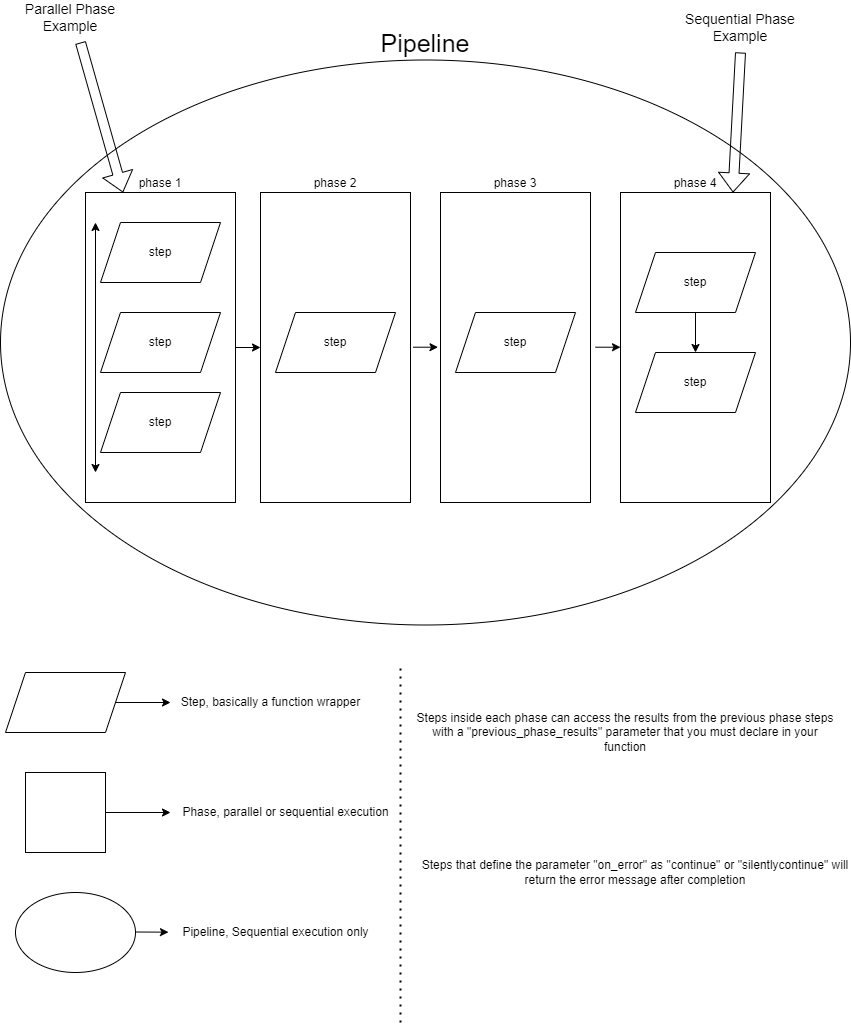
The draw.io diagram PythonPipeline.drawio.png in Pedro-Ponteiro/PythonPipeline, before a commit. Source tidied: cells renumbered, new cells last; positions are measured from the earlier drawing's top-left corner, leaving out a move shared by most shapes.
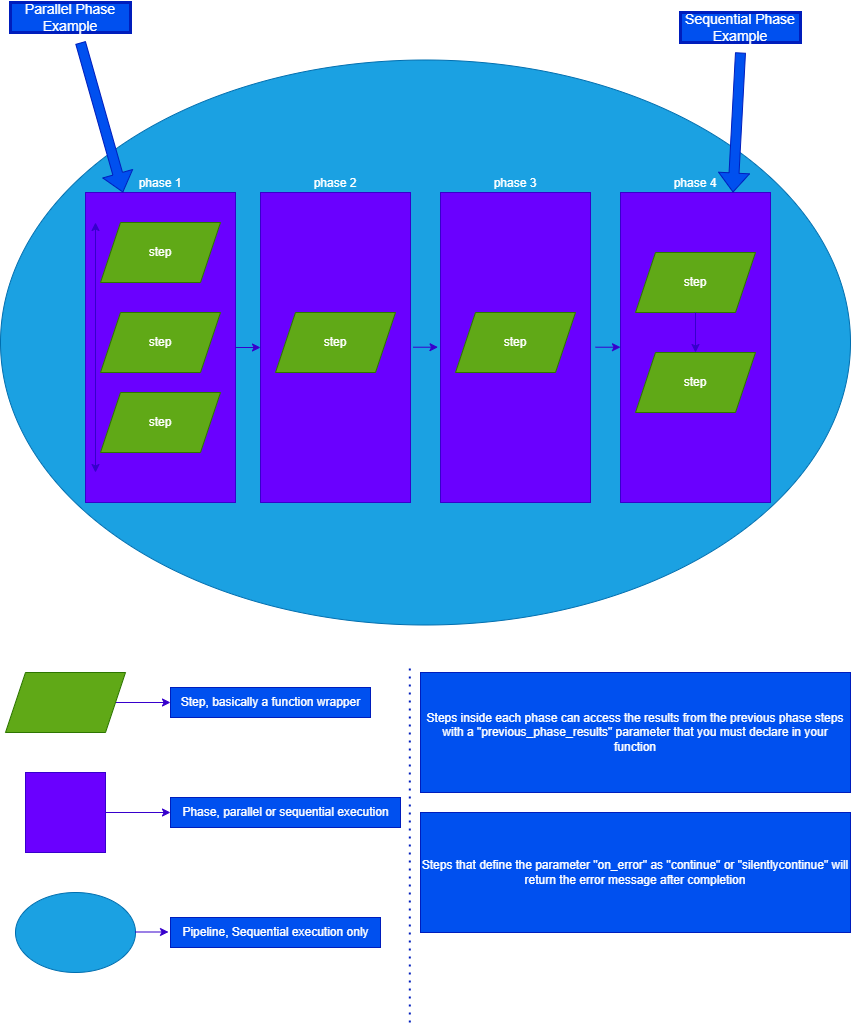
After the change.

Commit message:
doc: enhance colours for the diagram

Diff of the diagram source:
```diff
@@ -2,145 +2,145 @@
   <root>
     <mxCell id="0" />
     <mxCell id="1" parent="0" />
-    <mxCell id="2" value="Pipeline" style="ellipse;whiteSpace=wrap;html=1;labelPosition=center;verticalLabelPosition=top;align=center;verticalAlign=bottom;fontSize=25;" parent="1" vertex="1">
+    <mxCell id="2" value="Pipeline" style="ellipse;whiteSpace=wrap;html=1;labelPosition=center;verticalLabelPosition=top;align=center;verticalAlign=bottom;fontSize=25;fillColor=#1ba1e2;fontColor=#ffffff;strokeColor=#006EAF;" parent="1" vertex="1">
       <mxGeometry y="57.5" width="850" height="565" as="geometry" />
     </mxCell>
-    <mxCell id="3" style="edgeStyle=orthogonalEdgeStyle;rounded=0;jettySize=auto;html=1;" parent="1" edge="1" source="4">
+    <mxCell id="3" style="edgeStyle=orthogonalEdgeStyle;rounded=0;jettySize=auto;html=1;fillColor=#6a00ff;strokeColor=#3700CC;" parent="1" edge="1" source="4">
       <mxGeometry relative="1" as="geometry">
         <mxPoint x="170" y="810" as="targetPoint" />
       </mxGeometry>
     </mxCell>
-    <mxCell id="4" style="whiteSpace=wrap;html=1;" parent="1" vertex="1">
+    <mxCell id="4" style="whiteSpace=wrap;html=1;fillColor=#6a00ff;fontColor=#ffffff;strokeColor=#3700CC;" parent="1" vertex="1">
       <mxGeometry x="25" y="770" width="80" height="80" as="geometry" />
     </mxCell>
-    <mxCell id="5" value="Phase, parallel or sequential execution" style="text;html=1;align=center;verticalAlign=middle;strokeColor=none;fillColor=none;" parent="1" vertex="1">
+    <mxCell id="5" value="Phase, parallel or sequential execution" style="text;html=1;align=center;verticalAlign=middle;fillColor=#0050ef;fontColor=#ffffff;strokeColor=#001DBC;" parent="1" vertex="1">
       <mxGeometry x="170" y="795" width="230" height="30" as="geometry" />
     </mxCell>
-    <mxCell id="6" style="endArrow=classic;html=1;rounded=0;" parent="1" edge="1">
+    <mxCell id="6" style="endArrow=classic;html=1;rounded=0;fillColor=#6a00ff;strokeColor=#3700CC;" parent="1" edge="1">
       <mxGeometry relative="1" as="geometry">
         <mxPoint x="115" y="700" as="sourcePoint" />
         <mxPoint x="170" y="700" as="targetPoint" />
       </mxGeometry>
     </mxCell>
-    <mxCell id="7" value="Step, basically a function wrapper" style="text;html=1;align=center;verticalAlign=middle;strokeColor=none;fillColor=none;" parent="1" vertex="1">
+    <mxCell id="7" value="Step, basically a function wrapper" style="text;html=1;align=center;verticalAlign=middle;fillColor=#0050ef;fontColor=#ffffff;strokeColor=#001DBC;" parent="1" vertex="1">
       <mxGeometry x="170" y="685" width="200" height="30" as="geometry" />
     </mxCell>
-    <mxCell id="8" style="shape=parallelogram;perimeter=parallelogramPerimeter;whiteSpace=wrap;html=1;fixedSize=1;" parent="1" vertex="1">
+    <mxCell id="8" style="shape=parallelogram;perimeter=parallelogramPerimeter;whiteSpace=wrap;html=1;fixedSize=1;fillColor=#60a917;fontColor=#ffffff;strokeColor=#2D7600;" parent="1" vertex="1">
       <mxGeometry x="5" y="670" width="120" height="60" as="geometry" />
     </mxCell>
-    <mxCell id="9" style="ellipse;whiteSpace=wrap;html=1;" parent="1" vertex="1">
+    <mxCell id="9" style="ellipse;whiteSpace=wrap;html=1;fillColor=#1ba1e2;fontColor=#ffffff;strokeColor=#006EAF;" parent="1" vertex="1">
       <mxGeometry x="15" y="890" width="120" height="80" as="geometry" />
     </mxCell>
-    <mxCell id="10" style="edgeStyle=orthogonalEdgeStyle;rounded=0;orthogonalLoop=1;jettySize=auto;html=1;" parent="1" edge="1">
+    <mxCell id="10" style="edgeStyle=orthogonalEdgeStyle;rounded=0;orthogonalLoop=1;jettySize=auto;html=1;fillColor=#6a00ff;strokeColor=#3700CC;" parent="1" edge="1">
       <mxGeometry relative="1" as="geometry">
         <mxPoint x="135" y="929.5" as="sourcePoint" />
         <mxPoint x="168" y="930" as="targetPoint" />
       </mxGeometry>
     </mxCell>
-    <mxCell id="11" value="Pipeline, Sequential execution only" style="text;html=1;align=center;verticalAlign=middle;strokeColor=none;fillColor=none;" parent="1" vertex="1">
+    <mxCell id="11" value="Pipeline, Sequential execution only" style="text;html=1;align=center;verticalAlign=middle;fillColor=#0050ef;fontColor=#ffffff;strokeColor=#001DBC;" parent="1" vertex="1">
       <mxGeometry x="170" y="915" width="210" height="30" as="geometry" />
     </mxCell>
-    <mxCell id="12" value="phase 1" style="group;labelPosition=center;verticalLabelPosition=top;align=center;verticalAlign=bottom;" parent="1" vertex="1">
+    <mxCell id="12" value="phase 1" style="group;labelPosition=center;verticalLabelPosition=top;align=center;verticalAlign=bottom;fillColor=#60a917;fontColor=#ffffff;strokeColor=#2D7600;" parent="1" vertex="1">
       <mxGeometry x="85" y="190" width="150" height="310" as="geometry" />
     </mxCell>
-    <mxCell id="13" style="rounded=0;whiteSpace=wrap;html=1;" parent="12" vertex="1">
+    <mxCell id="13" style="rounded=0;whiteSpace=wrap;html=1;fillColor=#6a00ff;fontColor=#ffffff;strokeColor=#3700CC;" parent="12" vertex="1">
       <mxGeometry width="150" height="310" as="geometry" />
     </mxCell>
-    <mxCell id="14" value="step" style="shape=parallelogram;perimeter=parallelogramPerimeter;whiteSpace=wrap;html=1;fixedSize=1;" parent="12" vertex="1">
+    <mxCell id="14" value="step" style="shape=parallelogram;perimeter=parallelogramPerimeter;whiteSpace=wrap;html=1;fixedSize=1;fillColor=#60a917;fontColor=#ffffff;strokeColor=#2D7600;" parent="12" vertex="1">
       <mxGeometry x="15" y="30" width="120" height="60" as="geometry" />
     </mxCell>
-    <mxCell id="15" value="step" style="shape=parallelogram;perimeter=parallelogramPerimeter;whiteSpace=wrap;html=1;fixedSize=1;" parent="12" vertex="1">
+    <mxCell id="15" value="step" style="shape=parallelogram;perimeter=parallelogramPerimeter;whiteSpace=wrap;html=1;fixedSize=1;fillColor=#60a917;fontColor=#ffffff;strokeColor=#2D7600;" parent="12" vertex="1">
       <mxGeometry x="15" y="120" width="120" height="60" as="geometry" />
     </mxCell>
-    <mxCell id="16" value="step" style="shape=parallelogram;perimeter=parallelogramPerimeter;whiteSpace=wrap;html=1;fixedSize=1;" parent="12" vertex="1">
+    <mxCell id="16" value="step" style="shape=parallelogram;perimeter=parallelogramPerimeter;whiteSpace=wrap;html=1;fixedSize=1;fillColor=#60a917;fontColor=#ffffff;strokeColor=#2D7600;" parent="12" vertex="1">
       <mxGeometry x="15" y="200" width="120" height="60" as="geometry" />
     </mxCell>
-    <mxCell id="17" style="endArrow=classic;startArrow=classic;html=1;rounded=0;" parent="12" edge="1">
+    <mxCell id="17" style="endArrow=classic;startArrow=classic;html=1;rounded=0;fillColor=#6a00ff;strokeColor=#3700CC;" parent="12" edge="1">
       <mxGeometry relative="1" as="geometry">
         <mxPoint x="10" y="30" as="sourcePoint" />
         <mxPoint x="10" y="280" as="targetPoint" />
       </mxGeometry>
     </mxCell>
-    <mxCell id="18" value="phase 2" style="group;labelPosition=center;verticalLabelPosition=top;align=center;verticalAlign=bottom;" parent="1" vertex="1">
+    <mxCell id="18" value="phase 2" style="group;labelPosition=center;verticalLabelPosition=top;align=center;verticalAlign=bottom;fillColor=#6a00ff;fontColor=#ffffff;strokeColor=#3700CC;" parent="1" vertex="1">
       <mxGeometry x="260" y="190" width="150" height="310" as="geometry" />
     </mxCell>
-    <mxCell id="19" style="group;" parent="18" vertex="1">
+    <mxCell id="19" style="group;fillColor=#6a00ff;fontColor=#ffffff;strokeColor=#3700CC;" parent="18" vertex="1">
       <mxGeometry width="150" height="310" as="geometry" />
     </mxCell>
-    <mxCell id="20" style="group;" parent="19" vertex="1">
+    <mxCell id="20" style="group;fillColor=#6a00ff;fontColor=#ffffff;strokeColor=#3700CC;" parent="19" vertex="1">
       <mxGeometry width="150" height="310" as="geometry" />
     </mxCell>
-    <mxCell id="21" style="rounded=0;whiteSpace=wrap;html=1;" parent="20" vertex="1">
+    <mxCell id="21" style="rounded=0;whiteSpace=wrap;html=1;fillColor=#6a00ff;fontColor=#ffffff;strokeColor=#3700CC;" parent="20" vertex="1">
       <mxGeometry width="150" height="310" as="geometry" />
     </mxCell>
-    <mxCell id="22" value="step" style="shape=parallelogram;perimeter=parallelogramPerimeter;whiteSpace=wrap;html=1;fixedSize=1;" parent="20" vertex="1">
+    <mxCell id="22" value="step" style="shape=parallelogram;perimeter=parallelogramPerimeter;whiteSpace=wrap;html=1;fixedSize=1;fillColor=#60a917;fontColor=#ffffff;strokeColor=#2D7600;" parent="20" vertex="1">
       <mxGeometry x="15" y="120" width="120" height="60" as="geometry" />
     </mxCell>
-    <mxCell id="23" value="phase 3" style="group;labelPosition=center;verticalLabelPosition=top;align=center;verticalAlign=bottom;" parent="1" vertex="1">
+    <mxCell id="23" value="phase 3" style="group;labelPosition=center;verticalLabelPosition=top;align=center;verticalAlign=bottom;fillColor=#6a00ff;fontColor=#ffffff;strokeColor=#3700CC;" parent="1" vertex="1">
       <mxGeometry x="440" y="190" width="150" height="310" as="geometry" />
     </mxCell>
-    <mxCell id="24" style="rounded=0;whiteSpace=wrap;html=1;" parent="23" vertex="1">
+    <mxCell id="24" style="rounded=0;whiteSpace=wrap;html=1;fillColor=#6a00ff;fontColor=#ffffff;strokeColor=#3700CC;" parent="23" vertex="1">
       <mxGeometry width="150" height="310" as="geometry" />
     </mxCell>
-    <mxCell id="25" value="step" style="shape=parallelogram;perimeter=parallelogramPerimeter;whiteSpace=wrap;html=1;fixedSize=1;" parent="23" vertex="1">
+    <mxCell id="25" value="step" style="shape=parallelogram;perimeter=parallelogramPerimeter;whiteSpace=wrap;html=1;fixedSize=1;fillColor=#60a917;fontColor=#ffffff;strokeColor=#2D7600;" parent="23" vertex="1">
       <mxGeometry x="15" y="120" width="120" height="60" as="geometry" />
     </mxCell>
-    <mxCell id="26" value="phase 4" style="group;labelPosition=center;verticalLabelPosition=top;align=center;verticalAlign=bottom;" parent="1" vertex="1">
+    <mxCell id="26" value="phase 4" style="group;labelPosition=center;verticalLabelPosition=top;align=center;verticalAlign=bottom;fillColor=#6a00ff;fontColor=#ffffff;strokeColor=#3700CC;" parent="1" vertex="1">
       <mxGeometry x="620" y="190" width="150" height="310" as="geometry" />
     </mxCell>
-    <mxCell id="27" style="rounded=0;whiteSpace=wrap;html=1;" parent="26" vertex="1">
+    <mxCell id="27" style="rounded=0;whiteSpace=wrap;html=1;fillColor=#6a00ff;fontColor=#ffffff;strokeColor=#3700CC;" parent="26" vertex="1">
       <mxGeometry width="150" height="310" as="geometry" />
     </mxCell>
-    <mxCell id="28" value="step" style="shape=parallelogram;perimeter=parallelogramPerimeter;whiteSpace=wrap;html=1;fixedSize=1;" parent="26" vertex="1">
+    <mxCell id="28" value="step" style="shape=parallelogram;perimeter=parallelogramPerimeter;whiteSpace=wrap;html=1;fixedSize=1;fillColor=#60a917;fontColor=#ffffff;strokeColor=#2D7600;" parent="26" vertex="1">
       <mxGeometry x="15" y="60" width="120" height="60" as="geometry" />
     </mxCell>
-    <mxCell id="29" value="step" style="shape=parallelogram;perimeter=parallelogramPerimeter;whiteSpace=wrap;html=1;fixedSize=1;" parent="26" vertex="1">
+    <mxCell id="29" value="step" style="shape=parallelogram;perimeter=parallelogramPerimeter;whiteSpace=wrap;html=1;fixedSize=1;fillColor=#60a917;fontColor=#ffffff;strokeColor=#2D7600;" parent="26" vertex="1">
       <mxGeometry x="15" y="160" width="120" height="60" as="geometry" />
     </mxCell>
-    <mxCell id="30" style="edgeStyle=orthogonalEdgeStyle;rounded=0;jettySize=auto;html=1;" parent="26" edge="1" source="28" target="29">
+    <mxCell id="30" style="edgeStyle=orthogonalEdgeStyle;rounded=0;jettySize=auto;html=1;fillColor=#6a00ff;strokeColor=#3700CC;" parent="26" edge="1" source="28" target="29">
       <mxGeometry relative="1" as="geometry" />
     </mxCell>
-    <mxCell id="31" style="edgeStyle=orthogonalEdgeStyle;rounded=0;jettySize=auto;html=1;entryX=0;entryY=0.5;entryDx=0;entryDy=0;" parent="1" edge="1" source="13" target="21">
+    <mxCell id="31" style="edgeStyle=orthogonalEdgeStyle;rounded=0;jettySize=auto;html=1;entryX=0;entryY=0.5;entryDx=0;entryDy=0;fillColor=#6a00ff;strokeColor=#3700CC;" parent="1" edge="1" source="13" target="21">
       <mxGeometry relative="1" as="geometry" />
     </mxCell>
-    <mxCell id="32" style="edgeStyle=orthogonalEdgeStyle;rounded=0;orthogonalLoop=1;jettySize=auto;html=1;entryX=0;entryY=0.5;entryDx=0;entryDy=0;" parent="1" edge="1">
+    <mxCell id="32" style="edgeStyle=orthogonalEdgeStyle;rounded=0;orthogonalLoop=1;jettySize=auto;html=1;entryX=0;entryY=0.5;entryDx=0;entryDy=0;fillColor=#6a00ff;strokeColor=#3700CC;" parent="1" edge="1">
       <mxGeometry relative="1" as="geometry">
         <mxPoint x="412.5" y="344.7" as="sourcePoint" />
         <mxPoint x="437.5" y="344.7" as="targetPoint" />
       </mxGeometry>
     </mxCell>
-    <mxCell id="33" style="edgeStyle=orthogonalEdgeStyle;rounded=0;orthogonalLoop=1;jettySize=auto;html=1;entryX=0;entryY=0.5;entryDx=0;entryDy=0;" parent="1" edge="1">
+    <mxCell id="33" style="edgeStyle=orthogonalEdgeStyle;rounded=0;orthogonalLoop=1;jettySize=auto;html=1;entryX=0;entryY=0.5;entryDx=0;entryDy=0;fillColor=#6a00ff;strokeColor=#3700CC;" parent="1" edge="1">
       <mxGeometry relative="1" as="geometry">
         <mxPoint x="595" y="344.7" as="sourcePoint" />
         <mxPoint x="620" y="344.7" as="targetPoint" />
       </mxGeometry>
     </mxCell>
-    <mxCell id="34" style="shape=flexArrow;endArrow=classic;html=1;rounded=0;entryX=0.25;entryY=0;entryDx=0;entryDy=0;" parent="1" edge="1" target="13">
+    <mxCell id="34" style="shape=flexArrow;endArrow=classic;html=1;rounded=0;entryX=0.25;entryY=0;entryDx=0;entryDy=0;labelBackgroundColor=#FFFFFF;fontColor=#FFFFFF;fillColor=#0050ef;strokeColor=#001DBC;" parent="1" edge="1" target="13">
       <mxGeometry relative="1" as="geometry">
         <mxPoint x="80" y="40" as="sourcePoint" />
       </mxGeometry>
     </mxCell>
-    <mxCell id="35" value="Parallel Phase Example" style="text;html=1;strokeColor=none;fillColor=none;align=center;verticalAlign=middle;whiteSpace=wrap;rounded=0;strokeWidth=3;fontSize=14;" parent="1" vertex="1">
+    <mxCell id="35" value="Parallel Phase Example" style="text;html=1;align=center;verticalAlign=middle;whiteSpace=wrap;rounded=0;strokeWidth=3;fontSize=14;fillColor=#0050ef;fontColor=#ffffff;strokeColor=#001DBC;" parent="1" vertex="1">
       <mxGeometry x="10" width="120" height="30" as="geometry" />
     </mxCell>
-    <mxCell id="36" value="Steps inside each phase can access the results from the previous phase steps with a &quot;previous_phase_results&quot; parameter that you must declare in your function" style="text;html=1;strokeColor=none;fillColor=none;align=center;verticalAlign=middle;whiteSpace=wrap;rounded=0;" parent="1" vertex="1">
-      <mxGeometry x="410" y="670" width="430" height="120" as="geometry" />
+    <mxCell id="36" value="Steps inside each phase can access the results from the previous phase steps with a &quot;previous_phase_results&quot; parameter that you must declare in your function" style="text;html=1;align=center;verticalAlign=middle;whiteSpace=wrap;rounded=0;fillColor=#0050ef;fontColor=#ffffff;strokeColor=#001DBC;" parent="1" vertex="1">
+      <mxGeometry x="420" y="670" width="430" height="120" as="geometry" />
     </mxCell>
-    <mxCell id="37" value="Steps that define the parameter &quot;on_error&quot; as &quot;continue&quot; or &quot;silentlycontinue&quot; will return the error message after completion" style="text;html=1;strokeColor=none;fillColor=none;align=center;verticalAlign=middle;whiteSpace=wrap;rounded=0;" parent="1" vertex="1">
+    <mxCell id="37" value="Steps that define the parameter &quot;on_error&quot; as &quot;continue&quot; or &quot;silentlycontinue&quot; will return the error message after completion" style="text;html=1;align=center;verticalAlign=middle;whiteSpace=wrap;rounded=0;fillColor=#0050ef;fontColor=#ffffff;strokeColor=#001DBC;" parent="1" vertex="1">
       <mxGeometry x="420" y="810" width="430" height="120" as="geometry" />
     </mxCell>
-    <mxCell id="38" style="shape=flexArrow;endArrow=classic;html=1;rounded=0;entryX=0.75;entryY=0;entryDx=0;entryDy=0;" parent="1" edge="1" target="27">
+    <mxCell id="38" style="shape=flexArrow;endArrow=classic;html=1;rounded=0;entryX=0.75;entryY=0;entryDx=0;entryDy=0;fillColor=#0050ef;strokeColor=#001DBC;" parent="1" edge="1" target="27">
       <mxGeometry relative="1" as="geometry">
         <mxPoint x="740" y="50" as="sourcePoint" />
       </mxGeometry>
     </mxCell>
-    <mxCell id="39" value="Sequential Phase Example" style="text;html=1;strokeColor=none;fillColor=none;align=center;verticalAlign=middle;whiteSpace=wrap;rounded=0;strokeWidth=3;fontSize=14;" parent="1" vertex="1">
+    <mxCell id="39" value="Sequential Phase Example" style="text;html=1;align=center;verticalAlign=middle;whiteSpace=wrap;rounded=0;strokeWidth=3;fontSize=14;fillColor=#0050ef;fontColor=#ffffff;strokeColor=#001DBC;" parent="1" vertex="1">
       <mxGeometry x="680" y="10" width="120" height="30" as="geometry" />
     </mxCell>
-    <mxCell id="40" style="endArrow=none;dashed=1;html=1;dashPattern=1 3;strokeWidth=2;fontSize=25;" parent="1" edge="1">
+    <mxCell id="40" style="endArrow=none;dashed=1;html=1;dashPattern=1 3;strokeWidth=2;fontSize=25;fillColor=#0050ef;strokeColor=#001DBC;" parent="1" edge="1">
       <mxGeometry relative="1" as="geometry">
-        <mxPoint x="400" y="1020" as="sourcePoint" />
-        <mxPoint x="400" y="660" as="targetPoint" />
+        <mxPoint x="409.3" y="1020" as="sourcePoint" />
+        <mxPoint x="409.3" y="660" as="targetPoint" />
       </mxGeometry>
     </mxCell>
   </root>
```
